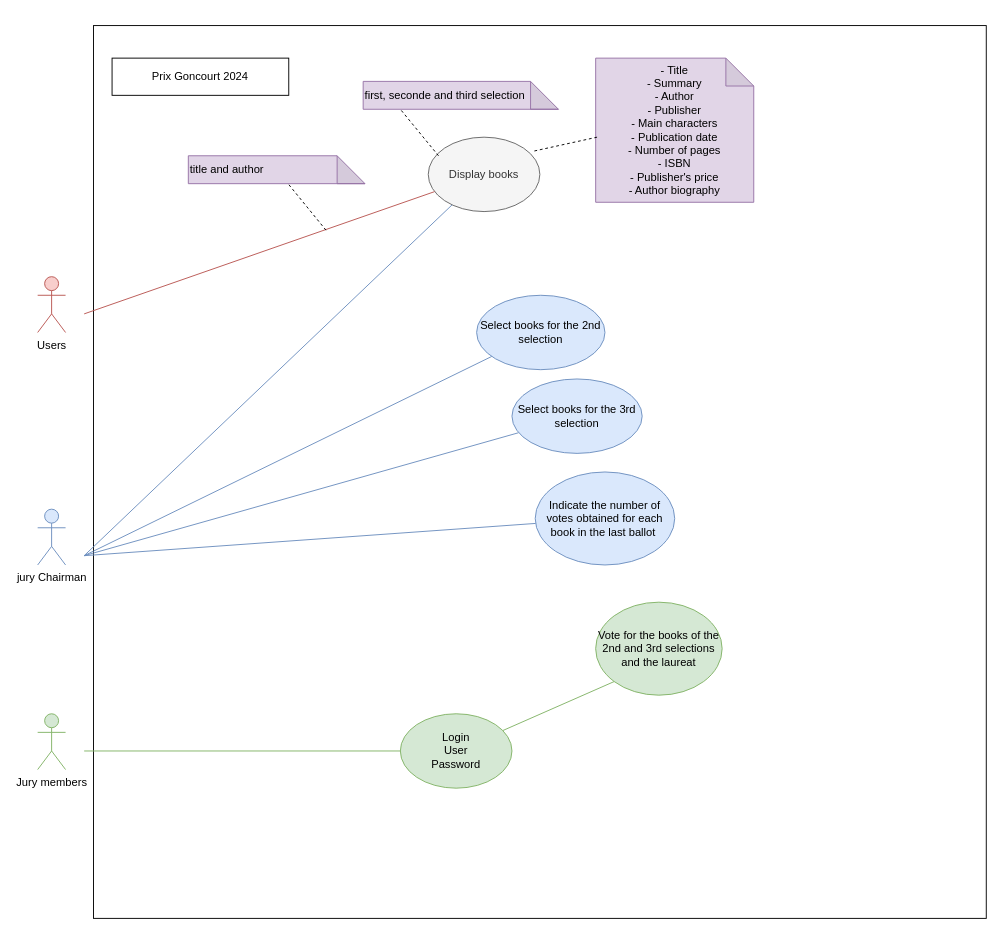
Earlier version of the draw.io diagram doc/diagramme cas d'utilisation.drawio (johandeschamps/prix_goncourt_2024). Source tidied: cells renumbered, new cells numbered last; positions are measured from the earlier drawing's top-left corner, leaving out a move shared by most shapes. Both pictures are drawn from the tidied source at 93%, with x=0, y=0 at pixel (37, 25).
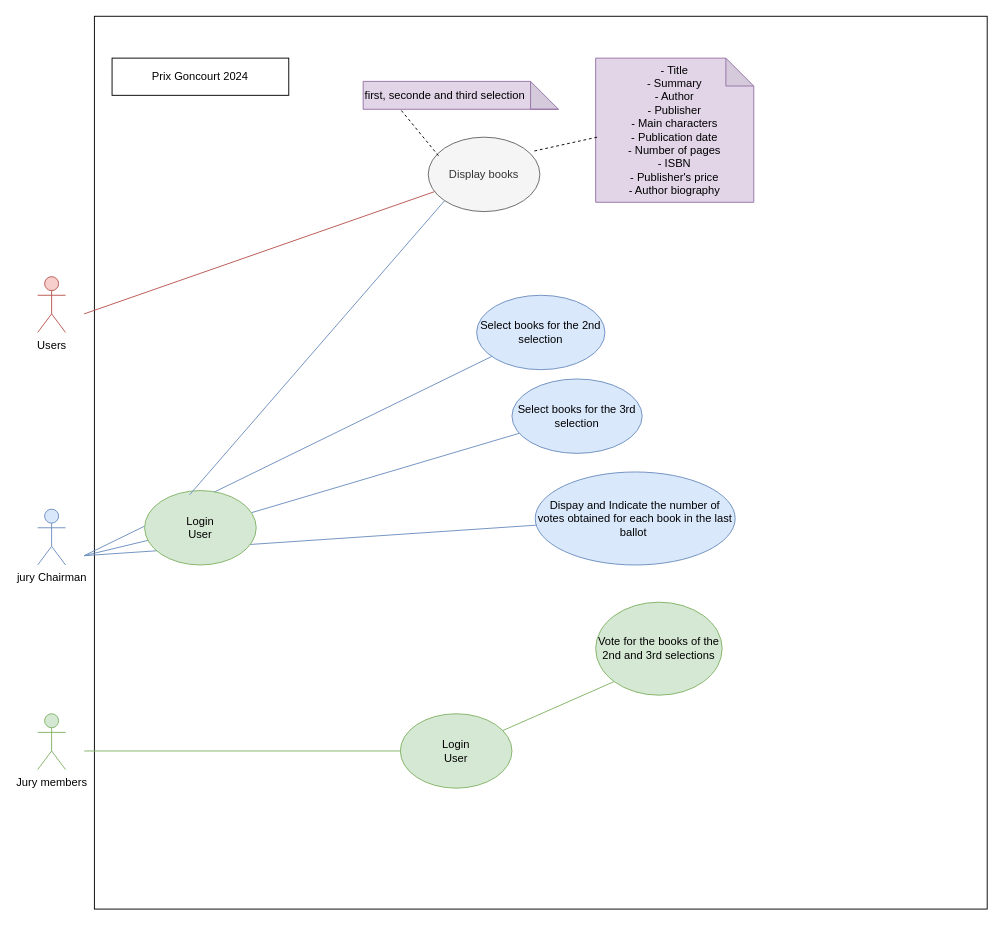
After the change.

Commit message:
Mettre à jour diagramme cas d'utilisation.drawio

The change refers to these unchanged cells:
```xml
<mxCell id="7" value="Display books" style="ellipse;whiteSpace=wrap;html=1;fillColor=#f5f5f5;strokeColor=#666666;fontColor=#333333;" parent="1" vertex="1">
  <mxGeometry x="420" y="120" width="120" height="80" as="geometry" />
</mxCell>
<mxCell id="18" value="Select books for the 3rd selection" style="ellipse;whiteSpace=wrap;html=1;fillColor=#dae8fc;strokeColor=#6c8ebf;" parent="1" vertex="1">
  <mxGeometry x="510" y="380" width="140" height="80" as="geometry" />
</mxCell>
```

Diff of the diagram source:
```diff
@@
     <mxCell id="2" style="whiteSpace=wrap;html=1;horizontal=1;" parent="1" vertex="1">
-      <mxGeometry x="60" width="960" height="960" as="geometry" />
+      <mxGeometry x="61" y="-10" width="960" height="960" as="geometry" />
     </mxCell>
@@
-    <mxCell id="8" value="Login&lt;div&gt;User&lt;/div&gt;&lt;div&gt;Password&lt;/div&gt;" style="ellipse;whiteSpace=wrap;html=1;fillColor=#d5e8d4;strokeColor=#82b366;" parent="1" vertex="1">
+    <mxCell id="8" value="Login&lt;div&gt;User&lt;/div&gt;" style="ellipse;whiteSpace=wrap;html=1;fillColor=#d5e8d4;strokeColor=#82b366;" parent="1" vertex="1">
       <mxGeometry x="390" y="740" width="120" height="80" as="geometry" />
     </mxCell>
@@
-    <mxCell id="11" value="Vote for the books of the 2nd and 3rd selections and the laureat" style="ellipse;whiteSpace=wrap;html=1;fillColor=#d5e8d4;strokeColor=#82b366;" parent="1" vertex="1">
+    <mxCell id="11" value="Vote for the books of the 2nd and 3rd selections" style="ellipse;whiteSpace=wrap;html=1;fillColor=#d5e8d4;strokeColor=#82b366;" parent="1" vertex="1">
       <mxGeometry x="600" y="620" width="136" height="100" as="geometry" />
     </mxCell>
@@
-    <mxCell id="13" value="title and author" style="shape=note;whiteSpace=wrap;html=1;backgroundOutline=1;darkOpacity=0.05;fillColor=#e1d5e7;strokeColor=#9673a6;align=left;" parent="1" vertex="1">
-      <mxGeometry x="162" y="140" width="190" height="30" as="geometry" />
-    </mxCell>
-    <mxCell id="14" style="endArrow=none;dashed=1;html=1;rounded=0;" parent="1" edge="1" target="13">
-      <mxGeometry relative="1" as="geometry">
-        <mxPoint x="310" y="220" as="sourcePoint" />
-      </mxGeometry>
-    </mxCell>
@@
-    <mxCell id="17" style="endArrow=none;html=1;rounded=0;fillColor=#dae8fc;strokeColor=#6c8ebf;" parent="1" edge="1" target="18">
-      <mxGeometry relative="1" as="geometry">
-        <mxPoint x="50" y="570" as="sourcePoint" />
-      </mxGeometry>
+    <mxCell id="17" style="endArrow=none;html=1;rounded=0;fillColor=#dae8fc;strokeColor=#6c8ebf;" parent="1" edge="1" source="27" target="18">
+      <mxGeometry relative="1" as="geometry" />
     </mxCell>
@@
-    <mxCell id="19" value="Indicate the number of votes obtained for each book in the last ballot&amp;nbsp;" style="ellipse;whiteSpace=wrap;html=1;fillColor=#dae8fc;strokeColor=#6c8ebf;" parent="1" vertex="1">
-      <mxGeometry x="535" y="480" width="150" height="100" as="geometry" />
+    <mxCell id="19" value="Dispay and Indicate the number of votes obtained for each book in the last ballot&amp;nbsp;" style="ellipse;whiteSpace=wrap;html=1;fillColor=#dae8fc;strokeColor=#6c8ebf;" parent="1" vertex="1">
+      <mxGeometry x="535" y="480" width="215" height="100" as="geometry" />
     </mxCell>
@@
-    <mxCell id="23" style="endArrow=none;html=1;rounded=0;fillColor=#dae8fc;strokeColor=#6c8ebf;" parent="1" edge="1" target="7">
-      <mxGeometry relative="1" as="geometry">
-        <mxPoint x="50" y="570" as="sourcePoint" />
-      </mxGeometry>
-    </mxCell>
@@
+    <mxCell id="26" style="endArrow=none;html=1;rounded=0;fillColor=#dae8fc;strokeColor=#6c8ebf;" parent="1" edge="1" target="27">
+      <mxGeometry relative="1" as="geometry">
+        <mxPoint x="50" y="570" as="sourcePoint" />
+      </mxGeometry>
+    </mxCell>
+    <mxCell id="27" value="Login&lt;div&gt;User&lt;/div&gt;" style="ellipse;whiteSpace=wrap;html=1;fillColor=#d5e8d4;strokeColor=#82b366;" parent="1" vertex="1">
+      <mxGeometry x="115" y="500" width="120" height="80" as="geometry" />
+    </mxCell>
+    <mxCell id="28" style="endArrow=none;html=1;rounded=0;fillColor=#dae8fc;strokeColor=#6c8ebf;entryX=0;entryY=1;entryDx=0;entryDy=0;exitX=0.403;exitY=0.057;exitDx=0;exitDy=0;exitPerimeter=0;" parent="1" edge="1" source="27" target="7">
+      <mxGeometry relative="1" as="geometry" />
+    </mxCell>
```
